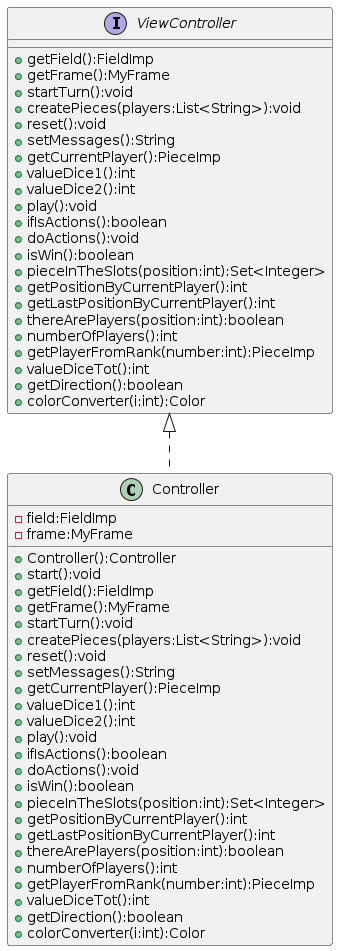
Before: Desktop/UML/ControllerMaccaroni.png, a diagram exported from PlantUML (Macca1508/Progetto_PMO). Source of this version:
```plantuml
@startuml
interface ViewController {
  +getField():FieldImp
  +getFrame():MyFrame
  +startTurn():void
  +createPieces(players:List<String>):void
  +reset():void
  +setMessages():String
  +getCurrentPlayer():PieceImp
  +valueDice1():int
  +valueDice2():int
  +play():void
  +ifIsActions():boolean
  +doActions():void
  +isWin():boolean
  +pieceInTheSlots(position:int):Set<Integer>
  +getPositionByCurrentPlayer():int
  +getLastPositionByCurrentPlayer():int
  +thereArePlayers(position:int):boolean
  +numberOfPlayers():int
  +getPlayerFromRank(number:int):PieceImp
  +valueDiceTot():int
  +getDirection():boolean
  +colorConverter(i:int):Color
}

class Controller implements ViewController{
  -field:FieldImp
  -frame:MyFrame
  +Controller():Controller
  +start():void
  +getField():FieldImp
  +getFrame():MyFrame
  +startTurn():void
  +createPieces(players:List<String>):void
  +reset():void
  +setMessages():String
  +getCurrentPlayer():PieceImp
  +valueDice1():int
  +valueDice2():int
  +play():void
  +ifIsActions():boolean
  +doActions():void
  +isWin():boolean
  +pieceInTheSlots(position:int):Set<Integer>
  +getPositionByCurrentPlayer():int
  +getLastPositionByCurrentPlayer():int
  +thereArePlayers(position:int):boolean
  +numberOfPlayers():int
  +getPlayerFromRank(number:int):PieceImp
  +valueDiceTot():int
  +getDirection():boolean
  +colorConverter(i:int):Color
}
@enduml
```
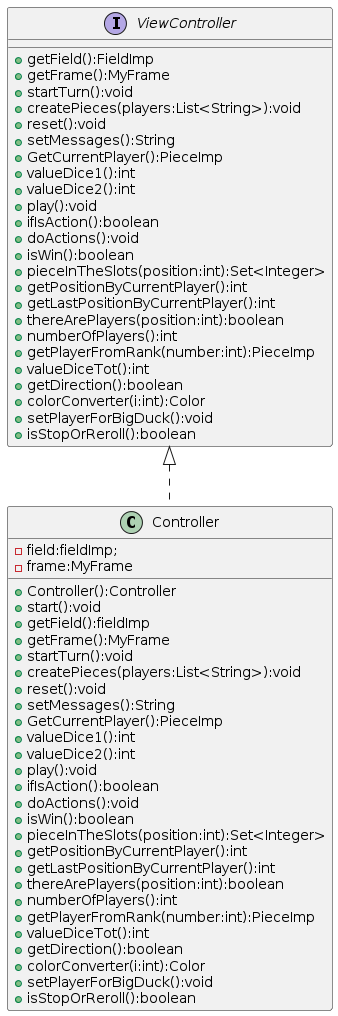
The same diagram one commit later.

What changed in the source:
```diff
@@ -1,16 +1,20 @@
 @startuml
-interface ViewController {
-  +getField():FieldImp
+class Controller implements ViewController {
+	-field:fieldImp;
+  -frame:MyFrame
+  +Controller():Controller
+  +start():void
+  +getField():fieldImp
   +getFrame():MyFrame
   +startTurn():void
   +createPieces(players:List<String>):void
   +reset():void
   +setMessages():String
-  +getCurrentPlayer():PieceImp
+  +GetCurrentPlayer():PieceImp
   +valueDice1():int
   +valueDice2():int
   +play():void
-  +ifIsActions():boolean
+  +ifIsAction():boolean
   +doActions():void
   +isWin():boolean
   +pieceInTheSlots(position:int):Set<Integer>
@@ -22,24 +26,22 @@
   +valueDiceTot():int
   +getDirection():boolean
   +colorConverter(i:int):Color
+  +setPlayerForBigDuck():void
+  +isStopOrReroll():boolean
 }
 
-class Controller implements ViewController{
-  -field:FieldImp
-  -frame:MyFrame
-  +Controller():Controller
-  +start():void
+interface ViewController {
   +getField():FieldImp
   +getFrame():MyFrame
   +startTurn():void
   +createPieces(players:List<String>):void
   +reset():void
   +setMessages():String
-  +getCurrentPlayer():PieceImp
+  +GetCurrentPlayer():PieceImp
   +valueDice1():int
   +valueDice2():int
   +play():void
-  +ifIsActions():boolean
+  +ifIsAction():boolean
   +doActions():void
   +isWin():boolean
   +pieceInTheSlots(position:int):Set<Integer>
@@ -51,5 +53,7 @@
   +valueDiceTot():int
   +getDirection():boolean
   +colorConverter(i:int):Color
+  +setPlayerForBigDuck():void
+  +isStopOrReroll():boolean
 }
 @enduml
```
